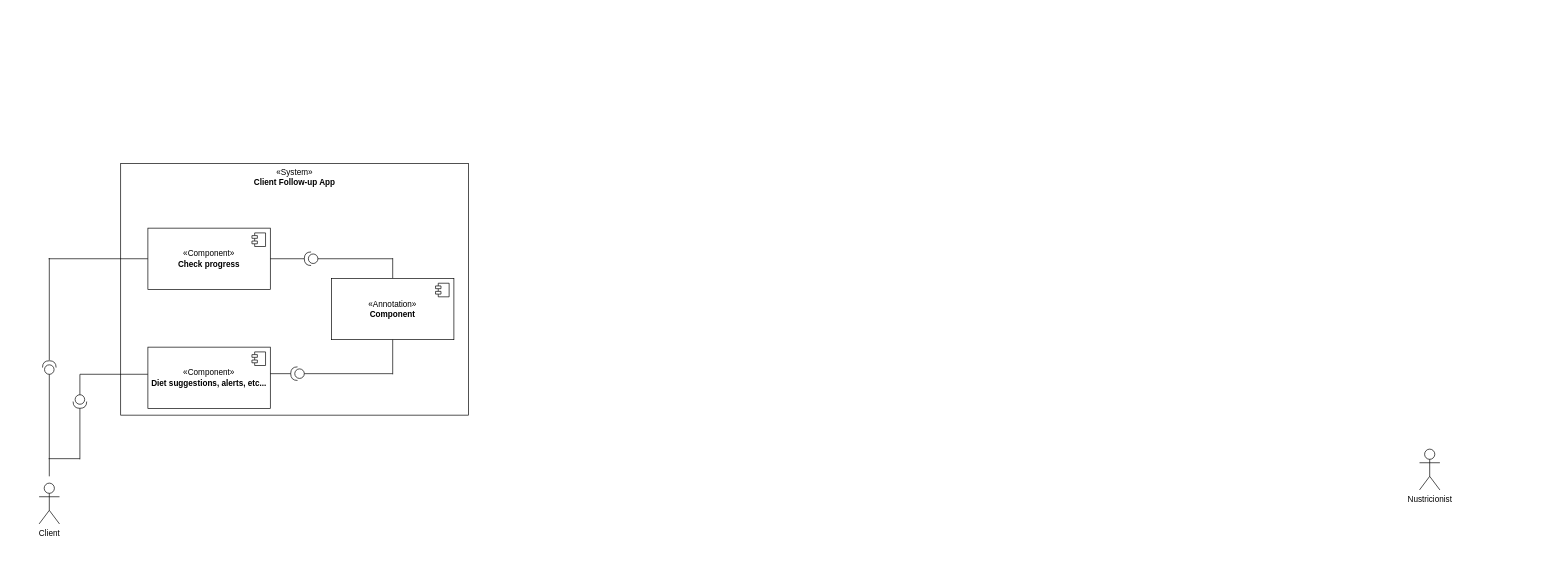
Above: Untitled Diagram.drawio in NatC18/IIC1103-Clases (draw.io), before the change. Source tidied: cells renumbered, new cells numbered last; positions are measured from the earlier drawing's top-left corner, leaving out a move shared by most shapes. Both pictures are drawn from the tidied source at 68%, with x=0, y=0 at pixel (12, 163).
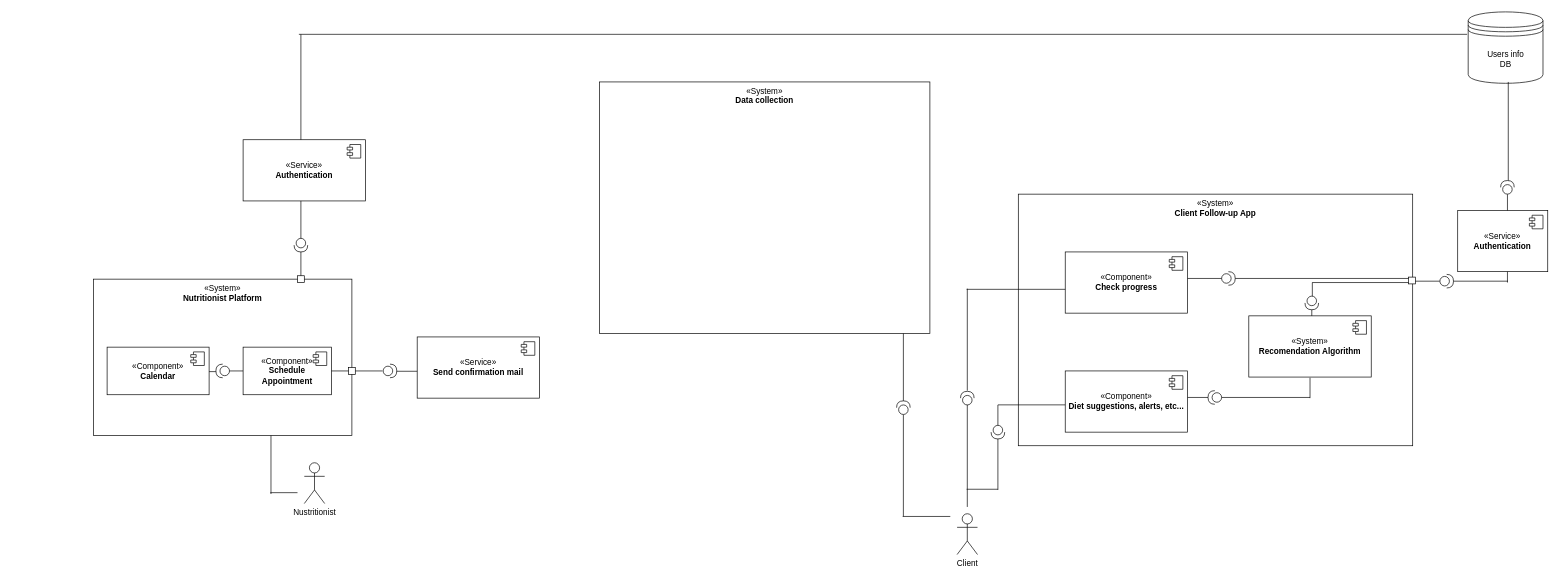
The same diagram, later.

Diff of the diagram source:
```diff
@@
     <mxCell id="2" value="«System»&lt;br&gt;&lt;b&gt;Client Follow-up App&lt;/b&gt;" style="html=1;whiteSpace=wrap;verticalAlign=top;" parent="1" vertex="1">
-      <mxGeometry x="160" width="511.5" height="370" as="geometry" />
+      <mxGeometry x="1480" y="45" width="580" height="370" as="geometry" />
     </mxCell>
     <mxCell id="3" value="Client" style="shape=umlActor;verticalLabelPosition=bottom;verticalAlign=top;html=1;" parent="1" vertex="1">
-      <mxGeometry x="40" y="470" width="30" height="60" as="geometry" />
+      <mxGeometry x="1390" y="515" width="30" height="60" as="geometry" />
     </mxCell>
-    <mxCell id="4" value="Nustricionist" style="shape=umlActor;verticalLabelPosition=bottom;verticalAlign=top;html=1;" parent="1" vertex="1">
-      <mxGeometry x="2070" y="420" width="30" height="60" as="geometry" />
+    <mxCell id="4" value="Nustritionist" style="shape=umlActor;verticalLabelPosition=bottom;verticalAlign=top;html=1;" parent="1" vertex="1">
+      <mxGeometry x="430" y="440" width="30" height="60" as="geometry" />
     </mxCell>
     <mxCell id="5" style="shape=providedRequiredInterface;html=1;verticalLabelPosition=bottom;sketch=0;rotation=90;direction=west;" parent="1" vertex="1">
-      <mxGeometry x="45" y="290" width="20" height="20" as="geometry" />
+      <mxGeometry x="1395" y="335" width="20" height="20" as="geometry" />
     </mxCell>
     <mxCell id="6" style="line;strokeWidth=1;fillColor=none;align=left;verticalAlign=middle;spacingTop=-1;spacingLeft=3;spacingRight=3;labelPosition=right;strokeColor=inherit;direction=south;" parent="1" vertex="1">
-      <mxGeometry y="310" width="110" height="150" as="geometry" />
+      <mxGeometry x="1350" y="355" width="110" height="150" as="geometry" />
     </mxCell>
     <mxCell id="7" style="line;strokeWidth=1;fillColor=none;align=left;verticalAlign=middle;spacingTop=-1;spacingLeft=3;spacingRight=3;labelPosition=right;strokeColor=inherit;direction=south;" parent="1" vertex="1">
-      <mxGeometry x="50" y="139" width="10" height="150" as="geometry" />
+      <mxGeometry x="1400" y="184" width="10" height="150" as="geometry" />
     </mxCell>
     <mxCell id="8" style="line;strokeWidth=1;fillColor=none;align=left;verticalAlign=middle;spacingTop=-1;spacingLeft=3;spacingRight=3;labelPosition=right;strokeColor=inherit;" parent="1" vertex="1">
-      <mxGeometry x="54" y="139" width="146" height="2" as="geometry" />
+      <mxGeometry x="1404" y="184" width="146" height="2" as="geometry" />
     </mxCell>
     <mxCell id="9" value="«Component»&lt;br&gt;&lt;b&gt;Check progress&lt;/b&gt;" style="html=1;whiteSpace=wrap;" parent="1" vertex="1">
-      <mxGeometry x="200" y="95" width="180" height="90" as="geometry" />
+      <mxGeometry x="1549" y="130" width="180" height="90" as="geometry" />
     </mxCell>
@@
-    <mxCell id="11" style="shape=providedRequiredInterface;html=1;verticalLabelPosition=bottom;sketch=0;direction=west;" parent="1" vertex="1">
-      <mxGeometry x="430" y="130" width="20" height="20" as="geometry" />
+    <mxCell id="11" style="shape=providedRequiredInterface;html=1;verticalLabelPosition=bottom;sketch=0;direction=east;" parent="1" vertex="1">
+      <mxGeometry x="1779" y="159" width="20" height="20" as="geometry" />
     </mxCell>
     <mxCell id="12" style="line;strokeWidth=1;fillColor=none;align=left;verticalAlign=middle;spacingTop=-1;spacingLeft=3;spacingRight=3;labelPosition=right;strokeColor=inherit;" parent="1" vertex="1">
-      <mxGeometry x="380" y="136" width="50" height="8" as="geometry" />
+      <mxGeometry x="1729" y="165" width="50" height="8" as="geometry" />
     </mxCell>
     <mxCell id="13" style="line;strokeWidth=1;fillColor=none;align=left;verticalAlign=middle;spacingTop=-1;spacingLeft=3;spacingRight=3;labelPosition=right;strokeColor=inherit;" parent="1" vertex="1">
-      <mxGeometry x="54" y="430" width="46" height="8" as="geometry" />
+      <mxGeometry x="1404" y="475" width="46" height="8" as="geometry" />
     </mxCell>
     <mxCell id="14" style="line;strokeWidth=1;fillColor=none;align=left;verticalAlign=middle;spacingTop=-1;spacingLeft=3;spacingRight=3;labelPosition=right;strokeColor=inherit;direction=south;" parent="1" vertex="1">
-      <mxGeometry x="98" y="360" width="4" height="75" as="geometry" />
+      <mxGeometry x="1448" y="405" width="4" height="75" as="geometry" />
     </mxCell>
     <mxCell id="15" style="shape=providedRequiredInterface;html=1;verticalLabelPosition=bottom;sketch=0;direction=south;" parent="1" vertex="1">
-      <mxGeometry x="90" y="340" width="20" height="20" as="geometry" />
+      <mxGeometry x="1440" y="385" width="20" height="20" as="geometry" />
     </mxCell>
     <mxCell id="16" style="line;strokeWidth=1;fillColor=none;align=left;verticalAlign=middle;spacingTop=-1;spacingLeft=3;spacingRight=3;labelPosition=right;strokeColor=inherit;direction=south;" parent="1" vertex="1">
-      <mxGeometry x="98" y="310" width="4" height="30" as="geometry" />
+      <mxGeometry x="1448" y="355" width="4" height="30" as="geometry" />
     </mxCell>
     <mxCell id="17" style="line;strokeWidth=1;fillColor=none;align=left;verticalAlign=middle;spacingTop=-1;spacingLeft=3;spacingRight=3;labelPosition=right;strokeColor=inherit;" parent="1" vertex="1">
-      <mxGeometry x="100" y="304.9" width="100" height="10" as="geometry" />
+      <mxGeometry x="1450" y="349.9" width="100" height="10" as="geometry" />
     </mxCell>
     <mxCell id="18" value="«Component»&lt;br&gt;&lt;b&gt;Diet suggestions, alerts, etc...&lt;/b&gt;" style="html=1;whiteSpace=wrap;" parent="1" vertex="1">
-      <mxGeometry x="200" y="270" width="180" height="90" as="geometry" />
+      <mxGeometry x="1549" y="305" width="180" height="90" as="geometry" />
     </mxCell>
@@
     <mxCell id="20" style="line;strokeWidth=1;fillColor=none;align=left;verticalAlign=middle;spacingTop=-1;spacingLeft=3;spacingRight=3;labelPosition=right;strokeColor=inherit;" parent="1" vertex="1">
-      <mxGeometry x="450" y="136" width="110" height="8" as="geometry" />
+      <mxGeometry x="1799" y="165" width="261" height="8" as="geometry" />
     </mxCell>
-    <mxCell id="21" style="line;strokeWidth=1;fillColor=none;align=left;verticalAlign=middle;spacingTop=-1;spacingLeft=3;spacingRight=3;labelPosition=right;strokeColor=inherit;direction=south;" parent="1" vertex="1">
-      <mxGeometry x="558" y="139" width="4" height="30" as="geometry" />
-    </mxCell>
     <mxCell id="22" style="line;strokeWidth=1;fillColor=none;align=left;verticalAlign=middle;spacingTop=-1;spacingLeft=3;spacingRight=3;labelPosition=right;strokeColor=inherit;" parent="1" vertex="1">
-      <mxGeometry x="380" y="305" width="30" height="8" as="geometry" />
+      <mxGeometry x="1729" y="340" width="30" height="8" as="geometry" />
     </mxCell>
     <mxCell id="23" style="shape=providedRequiredInterface;html=1;verticalLabelPosition=bottom;sketch=0;direction=west;" parent="1" vertex="1">
-      <mxGeometry x="410" y="299" width="20" height="20" as="geometry" />
+      <mxGeometry x="1759" y="334" width="20" height="20" as="geometry" />
     </mxCell>
-    <mxCell id="24" value="&amp;laquo;Annotation&amp;raquo;&lt;br/&gt;&lt;b&gt;Component&lt;/b&gt;" style="html=1;whiteSpace=wrap;" parent="1" vertex="1">
-      <mxGeometry x="470" y="169" width="180" height="90" as="geometry" />
+    <mxCell id="24" value="«System»&lt;br&gt;&lt;b&gt;Recomendation Algorithm&lt;/b&gt;" style="html=1;whiteSpace=wrap;" parent="1" vertex="1">
+      <mxGeometry x="1819" y="224" width="180" height="90" as="geometry" />
     </mxCell>
@@
     <mxCell id="26" style="line;strokeWidth=1;fillColor=none;align=left;verticalAlign=middle;spacingTop=-1;spacingLeft=3;spacingRight=3;labelPosition=right;strokeColor=inherit;" parent="1" vertex="1">
-      <mxGeometry x="430" y="305" width="130" height="8" as="geometry" />
+      <mxGeometry x="1779" y="340" width="130" height="8" as="geometry" />
     </mxCell>
     <mxCell id="27" style="line;strokeWidth=1;fillColor=none;align=left;verticalAlign=middle;spacingTop=-1;spacingLeft=3;spacingRight=3;labelPosition=right;strokeColor=inherit;direction=south;" parent="1" vertex="1">
-      <mxGeometry x="558" y="259" width="4" height="51" as="geometry" />
+      <mxGeometry x="1907" y="315" width="4" height="30" as="geometry" />
     </mxCell>
+    <mxCell id="28" style="line;strokeWidth=1;fillColor=none;align=left;verticalAlign=middle;spacingTop=-1;spacingLeft=3;spacingRight=3;labelPosition=right;strokeColor=inherit;direction=south;" parent="1" vertex="1">
+      <mxGeometry x="1911" y="215" width="1.2" height="9" as="geometry" />
+    </mxCell>
+    <mxCell id="29" style="shape=datastore;whiteSpace=wrap;html=1;" parent="1" vertex="1">
+      <mxGeometry x="2141.6" y="-223" width="110" height="105" as="geometry" />
+    </mxCell>
+    <mxCell id="30" value="Users info DB" style="text;strokeColor=none;align=center;fillColor=none;html=1;verticalAlign=middle;whiteSpace=wrap;rounded=0;" parent="1" vertex="1">
+      <mxGeometry x="2166.6" y="-168" width="60" height="30" as="geometry" />
+    </mxCell>
+    <mxCell id="31" style="rounded=0;whiteSpace=wrap;html=1;" parent="1" vertex="1">
+      <mxGeometry x="2054" y="167" width="10" height="10" as="geometry" />
+    </mxCell>
+    <mxCell id="32" style="shape=providedRequiredInterface;html=1;verticalLabelPosition=bottom;sketch=0;direction=south;" parent="1" vertex="1">
+      <mxGeometry x="1901.6" y="195" width="20" height="20" as="geometry" />
+    </mxCell>
+    <mxCell id="33" style="line;strokeWidth=1;fillColor=none;align=left;verticalAlign=middle;spacingTop=-1;spacingLeft=3;spacingRight=3;labelPosition=right;strokeColor=inherit;direction=south;" parent="1" vertex="1">
+      <mxGeometry x="1911.8" y="175" width="1.2" height="20" as="geometry" />
+    </mxCell>
+    <mxCell id="34" style="line;strokeWidth=1;fillColor=none;align=left;verticalAlign=middle;spacingTop=-1;spacingLeft=3;spacingRight=3;labelPosition=right;strokeColor=inherit;" parent="1" vertex="1">
+      <mxGeometry x="1912.2" y="171" width="141.8" height="8" as="geometry" />
+    </mxCell>
+    <mxCell id="35" style="line;strokeWidth=1;fillColor=none;align=left;verticalAlign=middle;spacingTop=-1;spacingLeft=3;spacingRight=3;labelPosition=right;strokeColor=inherit;" parent="1" vertex="1">
+      <mxGeometry x="2064" y="169" width="36" height="8" as="geometry" />
+    </mxCell>
+    <mxCell id="36" style="line;strokeWidth=1;fillColor=none;align=left;verticalAlign=middle;spacingTop=-1;spacingLeft=3;spacingRight=3;labelPosition=right;strokeColor=inherit;direction=south;" parent="1" vertex="1">
+      <mxGeometry x="2198.8" y="45" width="1.1" height="130" as="geometry" />
+    </mxCell>
+    <mxCell id="37" value="«Service»&lt;br&gt;&lt;b&gt;Authentication&lt;/b&gt;" style="html=1;whiteSpace=wrap;" parent="1" vertex="1">
+      <mxGeometry x="2126.2" y="69" width="132.4" height="90" as="geometry" />
+    </mxCell>
+    <mxCell id="38" style="shape=module;jettyWidth=8;jettyHeight=4;" parent="37" vertex="1">
+      <mxGeometry x="1" width="20" height="20" relative="1" as="geometry">
+        <mxPoint x="-27" y="7" as="offset" />
+      </mxGeometry>
+    </mxCell>
+    <mxCell id="39" style="shape=providedRequiredInterface;html=1;verticalLabelPosition=bottom;sketch=0;" parent="1" vertex="1">
+      <mxGeometry x="2100" y="163" width="20" height="20" as="geometry" />
+    </mxCell>
+    <mxCell id="40" style="line;strokeWidth=1;fillColor=none;align=left;verticalAlign=middle;spacingTop=-1;spacingLeft=3;spacingRight=3;labelPosition=right;strokeColor=inherit;" parent="1" vertex="1">
+      <mxGeometry x="2120" y="169" width="80" height="8" as="geometry" />
+    </mxCell>
+    <mxCell id="41" style="shape=providedRequiredInterface;html=1;verticalLabelPosition=bottom;sketch=0;direction=north;" parent="1" vertex="1">
+      <mxGeometry x="2189.3" y="25" width="20" height="20" as="geometry" />
+    </mxCell>
+    <mxCell id="42" style="line;strokeWidth=1;fillColor=none;align=left;verticalAlign=middle;spacingTop=-1;spacingLeft=3;spacingRight=3;labelPosition=right;strokeColor=inherit;direction=south;" parent="1" vertex="1">
+      <mxGeometry x="2200" y="-120" width="1.1" height="145" as="geometry" />
+    </mxCell>
+    <mxCell id="43" value="«System»&lt;br&gt;&lt;b&gt;Nutritionist Platform&lt;/b&gt;" style="html=1;whiteSpace=wrap;verticalAlign=top;" parent="1" vertex="1">
+      <mxGeometry x="120" y="170" width="380" height="230" as="geometry" />
+    </mxCell>
+    <mxCell id="44" style="line;strokeWidth=1;fillColor=none;align=left;verticalAlign=middle;spacingTop=-1;spacingLeft=3;spacingRight=3;labelPosition=right;strokeColor=inherit;" parent="1" vertex="1">
+      <mxGeometry x="380" y="480" width="40" height="8" as="geometry" />
+    </mxCell>
+    <mxCell id="45" style="rounded=0;whiteSpace=wrap;html=1;" parent="1" vertex="1">
+      <mxGeometry x="420" y="165" width="10" height="10" as="geometry" />
+    </mxCell>
+    <mxCell id="46" style="line;strokeWidth=1;fillColor=none;align=left;verticalAlign=middle;spacingTop=-1;spacingLeft=3;spacingRight=3;labelPosition=right;strokeColor=inherit;direction=south;" parent="1" vertex="1">
+      <mxGeometry x="420" y="130" width="10" height="35" as="geometry" />
+    </mxCell>
+    <mxCell id="47" value="«Service»&lt;br&gt;&lt;b&gt;Authentication&lt;/b&gt;" style="html=1;whiteSpace=wrap;" parent="1" vertex="1">
+      <mxGeometry x="340" y="-35" width="180" height="90" as="geometry" />
+    </mxCell>
+    <mxCell id="48" style="shape=module;jettyWidth=8;jettyHeight=4;" parent="47" vertex="1">
+      <mxGeometry x="1" width="20" height="20" relative="1" as="geometry">
+        <mxPoint x="-27" y="7" as="offset" />
+      </mxGeometry>
+    </mxCell>
+    <mxCell id="49" style="line;strokeWidth=1;fillColor=none;align=left;verticalAlign=middle;spacingTop=-1;spacingLeft=3;spacingRight=3;labelPosition=right;strokeColor=inherit;direction=south;" parent="1" vertex="1">
+      <mxGeometry x="376" y="400" width="10" height="86" as="geometry" />
+    </mxCell>
+    <mxCell id="50" value="«Component»&lt;br&gt;&lt;b&gt;Calendar&lt;/b&gt;" style="html=1;whiteSpace=wrap;" parent="1" vertex="1">
+      <mxGeometry x="140" y="270" width="150" height="70" as="geometry" />
+    </mxCell>
+    <mxCell id="51" style="shape=module;jettyWidth=8;jettyHeight=4;" parent="50" vertex="1">
+      <mxGeometry x="1" width="20" height="20" relative="1" as="geometry">
+        <mxPoint x="-27" y="7" as="offset" />
+      </mxGeometry>
+    </mxCell>
+    <mxCell id="52" style="rounded=0;jettySize=auto;html=1;endArrow=halfCircle;endFill=0;endSize=6;strokeWidth=1;sketch=0;" parent="1" edge="1" target="54">
+      <mxGeometry relative="1" as="geometry">
+        <mxPoint x="1440" y="432" as="sourcePoint" />
+      </mxGeometry>
+    </mxCell>
+    <mxCell id="53" style="rounded=0;jettySize=auto;html=1;endArrow=oval;endFill=0;sketch=0;sourcePerimeterSpacing=0;targetPerimeterSpacing=0;endSize=10;" parent="1" edge="1" target="54">
+      <mxGeometry relative="1" as="geometry">
+        <mxPoint x="1440" y="432" as="sourcePoint" />
+      </mxGeometry>
+    </mxCell>
+    <mxCell id="54" style="ellipse;whiteSpace=wrap;html=1;align=center;fillColor=none;strokeColor=none;perimeter=centerPerimeter;points=[];outlineConnect=1;flipH=1;" parent="1" vertex="1">
+      <mxGeometry x="1435" y="427" width="10" height="10" as="geometry" />
+    </mxCell>
+    <mxCell id="55" style="shape=providedRequiredInterface;html=1;verticalLabelPosition=bottom;sketch=0;direction=west;" parent="1" vertex="1">
+      <mxGeometry x="300" y="295" width="20" height="20" as="geometry" />
+    </mxCell>
+    <mxCell id="56" style="line;strokeWidth=1;fillColor=none;align=left;verticalAlign=middle;spacingTop=-1;spacingLeft=3;spacingRight=3;labelPosition=right;strokeColor=inherit;" parent="1" vertex="1">
+      <mxGeometry x="290" y="302" width="10" height="8" as="geometry" />
+    </mxCell>
+    <mxCell id="57" style="line;strokeWidth=1;fillColor=none;align=left;verticalAlign=middle;spacingTop=-1;spacingLeft=3;spacingRight=3;labelPosition=right;strokeColor=inherit;" parent="1" vertex="1">
+      <mxGeometry x="320" y="301" width="20" height="8" as="geometry" />
+    </mxCell>
+    <mxCell id="58" value="«Component»&lt;br&gt;&lt;b&gt;Schedule Appointment&lt;/b&gt;" style="html=1;whiteSpace=wrap;" parent="1" vertex="1">
+      <mxGeometry x="340" y="270" width="130" height="70" as="geometry" />
+    </mxCell>
+    <mxCell id="59" style="shape=module;jettyWidth=8;jettyHeight=4;" parent="58" vertex="1">
+      <mxGeometry x="1" width="20" height="20" relative="1" as="geometry">
+        <mxPoint x="-27" y="7" as="offset" />
+      </mxGeometry>
+    </mxCell>
+    <mxCell id="60" style="line;strokeWidth=1;fillColor=none;align=left;verticalAlign=middle;spacingTop=-1;spacingLeft=3;spacingRight=3;labelPosition=right;strokeColor=inherit;" parent="1" vertex="1">
+      <mxGeometry x="470" y="301" width="30" height="8" as="geometry" />
+    </mxCell>
+    <mxCell id="61" style="rounded=0;whiteSpace=wrap;html=1;" parent="1" vertex="1">
+      <mxGeometry x="495" y="300" width="10" height="10" as="geometry" />
+    </mxCell>
+    <mxCell id="62" style="line;strokeWidth=1;fillColor=none;align=left;verticalAlign=middle;spacingTop=-1;spacingLeft=3;spacingRight=3;labelPosition=right;strokeColor=inherit;" parent="1" vertex="1">
+      <mxGeometry x="505" y="301" width="40" height="8" as="geometry" />
+    </mxCell>
+    <mxCell id="63" style="shape=providedRequiredInterface;html=1;verticalLabelPosition=bottom;sketch=0;direction=south;" parent="1" vertex="1">
+      <mxGeometry x="415" y="110" width="20" height="20" as="geometry" />
+    </mxCell>
+    <mxCell id="64" style="line;strokeWidth=1;fillColor=none;align=left;verticalAlign=middle;spacingTop=-1;spacingLeft=3;spacingRight=3;labelPosition=right;strokeColor=inherit;direction=south;" parent="1" vertex="1">
+      <mxGeometry x="420" y="55" width="10" height="55" as="geometry" />
+    </mxCell>
+    <mxCell id="65" value="«Service»&lt;br&gt;&lt;b&gt;Send confirmation mail&lt;/b&gt;" style="html=1;whiteSpace=wrap;" parent="1" vertex="1">
+      <mxGeometry x="596" y="255" width="180" height="90" as="geometry" />
+    </mxCell>
+    <mxCell id="66" style="shape=module;jettyWidth=8;jettyHeight=4;" parent="65" vertex="1">
+      <mxGeometry x="1" width="20" height="20" relative="1" as="geometry">
+        <mxPoint x="-27" y="7" as="offset" />
+      </mxGeometry>
+    </mxCell>
+    <mxCell id="67" style="shape=providedRequiredInterface;html=1;verticalLabelPosition=bottom;sketch=0;" parent="1" vertex="1">
+      <mxGeometry x="546" y="295" width="20" height="20" as="geometry" />
+    </mxCell>
+    <mxCell id="68" style="line;strokeWidth=1;fillColor=none;align=left;verticalAlign=middle;spacingTop=-1;spacingLeft=3;spacingRight=3;labelPosition=right;strokeColor=inherit;" parent="1" vertex="1">
+      <mxGeometry x="566" y="300" width="30" height="11" as="geometry" />
+    </mxCell>
+    <mxCell id="69" style="line;strokeWidth=1;fillColor=none;align=left;verticalAlign=middle;spacingTop=-1;spacingLeft=3;spacingRight=3;labelPosition=right;strokeColor=inherit;direction=south;" parent="1" vertex="1">
+      <mxGeometry x="1256" y="369" width="110" height="150" as="geometry" />
+    </mxCell>
+    <mxCell id="70" style="line;strokeWidth=1;fillColor=none;align=left;verticalAlign=middle;spacingTop=-1;spacingLeft=3;spacingRight=3;labelPosition=right;strokeColor=inherit;" parent="1" vertex="1">
+      <mxGeometry x="1310" y="515" width="70" height="8" as="geometry" />
+    </mxCell>
+    <mxCell id="71" style="shape=providedRequiredInterface;html=1;verticalLabelPosition=bottom;sketch=0;direction=north;" parent="1" vertex="1">
+      <mxGeometry x="1301" y="349" width="20" height="20" as="geometry" />
+    </mxCell>
+    <mxCell id="72" value="«System»&lt;br&gt;&lt;b&gt;Data collection&lt;/b&gt;" style="html=1;whiteSpace=wrap;verticalAlign=top;" parent="1" vertex="1">
+      <mxGeometry x="864" y="-120" width="486" height="370" as="geometry" />
+    </mxCell>
+    <mxCell id="73" style="line;strokeWidth=1;fillColor=none;align=left;verticalAlign=middle;spacingTop=-1;spacingLeft=3;spacingRight=3;labelPosition=right;strokeColor=inherit;direction=south;" parent="1" vertex="1">
+      <mxGeometry x="1256" y="250" width="110" height="99" as="geometry" />
+    </mxCell>
+    <mxCell id="74" style="line;strokeWidth=1;fillColor=none;align=left;verticalAlign=middle;spacingTop=-1;spacingLeft=3;spacingRight=3;labelPosition=right;strokeColor=inherit;direction=south;" parent="1" vertex="1">
+      <mxGeometry x="420" y="-190" width="10" height="155" as="geometry" />
+    </mxCell>
+    <mxCell id="75" style="line;strokeWidth=1;fillColor=none;align=left;verticalAlign=middle;spacingTop=-1;spacingLeft=3;spacingRight=3;labelPosition=right;strokeColor=inherit;" parent="1" vertex="1">
+      <mxGeometry x="422" y="-194" width="1718" height="8" as="geometry" />
+    </mxCell>
```
